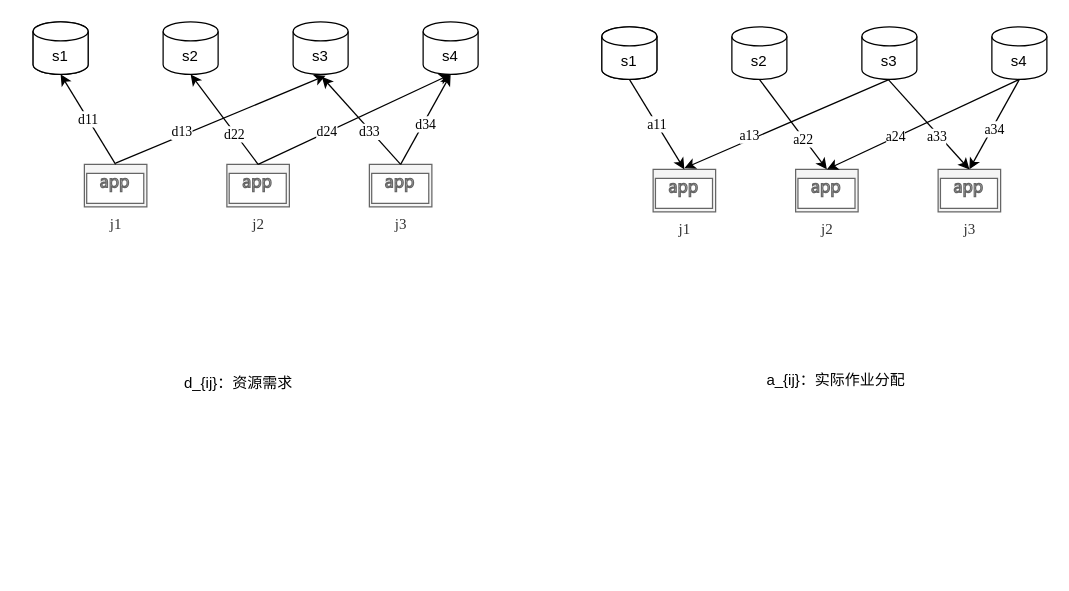
Above: page "max-min" (10 of 10) of DRL.drawio in zhangluting123/drawio (draw.io), before the change. Source tidied: cells renumbered, new cells numbered last; positions are measured from the earlier drawing's top-left corner, leaving out a move shared by most shapes. Both pictures are drawn from the tidied source at 125%, with x=0, y=0 at pixel (32, 21).
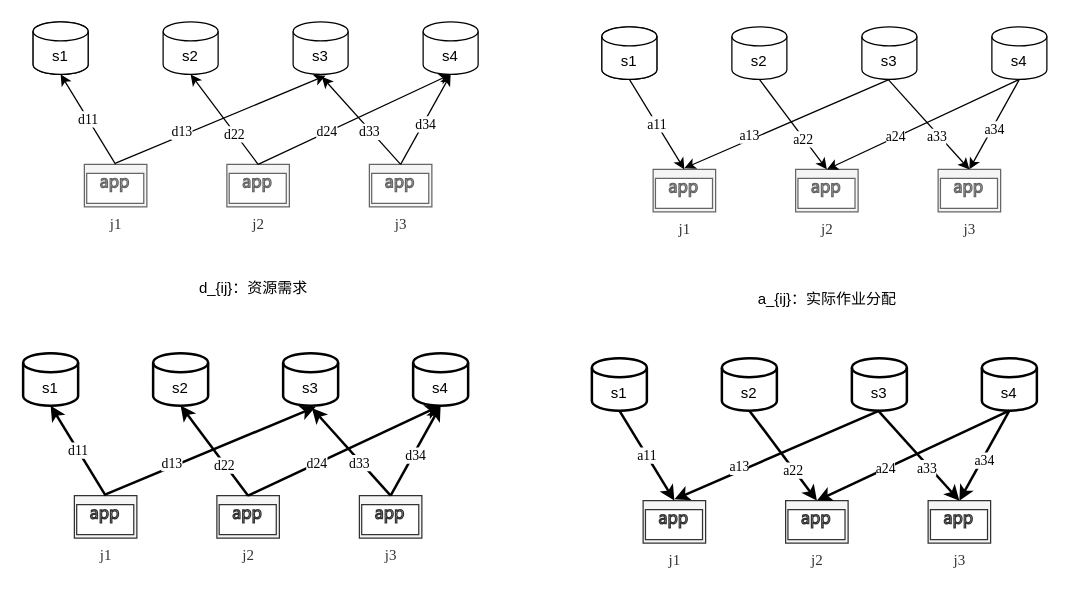
The same page after the edit.

What changed in the source:
```diff
@@
     <mxCell id="20" value="d_{ij}：资源需求" style="text;html=1;strokeColor=none;fillColor=none;align=center;verticalAlign=middle;whiteSpace=wrap;rounded=0;" parent="1" vertex="1">
-      <mxGeometry x="74" y="274" width="181" height="30" as="geometry" />
+      <mxGeometry x="86" y="198" width="181" height="30" as="geometry" />
     </mxCell>
     <mxCell id="21" value="a_{ij}：实际作业分配" style="text;html=1;strokeColor=none;fillColor=none;align=center;verticalAlign=middle;whiteSpace=wrap;rounded=0;" parent="1" vertex="1">
-      <mxGeometry x="552" y="272" width="181" height="30" as="geometry" />
+      <mxGeometry x="544.5" y="207" width="181" height="30" as="geometry" />
     </mxCell>
@@
+    <mxCell id="40" style="shape=cylinder3;whiteSpace=wrap;html=1;boundedLbl=1;backgroundOutline=1;size=7.641334533691406;" parent="1" vertex="1">
+      <mxGeometry x="-8" y="265" width="44" height="42" as="geometry" />
+    </mxCell>
+    <mxCell id="41" value="s1" style="shape=cylinder3;whiteSpace=wrap;html=1;boundedLbl=1;backgroundOutline=1;size=7.641334533691406;strokeWidth=2;" parent="1" vertex="1">
+      <mxGeometry x="-8" y="265" width="44" height="42" as="geometry" />
+    </mxCell>
+    <mxCell id="42" value="s2" style="shape=cylinder3;whiteSpace=wrap;html=1;boundedLbl=1;backgroundOutline=1;size=7.641334533691406;strokeWidth=2;" parent="1" vertex="1">
+      <mxGeometry x="96" y="265" width="44" height="42" as="geometry" />
+    </mxCell>
+    <mxCell id="43" value="s3" style="shape=cylinder3;whiteSpace=wrap;html=1;boundedLbl=1;backgroundOutline=1;size=7.641334533691406;strokeWidth=2;" parent="1" vertex="1">
+      <mxGeometry x="200" y="265" width="44" height="42" as="geometry" />
+    </mxCell>
+    <mxCell id="44" value="s4" style="shape=cylinder3;whiteSpace=wrap;html=1;boundedLbl=1;backgroundOutline=1;size=7.641334533691406;strokeWidth=2;" parent="1" vertex="1">
+      <mxGeometry x="304" y="265" width="44" height="42" as="geometry" />
+    </mxCell>
+    <mxCell id="45" value="j1" style="sketch=0;shadow=0;dashed=0;html=1;labelPosition=center;verticalLabelPosition=bottom;verticalAlign=top;align=center;shape=mxgraph.mscae.enterprise.application;fillColor=#f5f5f5;fontColor=#333333;strokeColor=#333333;fontFamily=Times New Roman;" parent="1" vertex="1">
+      <mxGeometry x="33" y="379" width="50" height="34" as="geometry" />
+    </mxCell>
+    <mxCell id="46" value="j2" style="sketch=0;shadow=0;dashed=0;html=1;labelPosition=center;verticalLabelPosition=bottom;verticalAlign=top;align=center;shape=mxgraph.mscae.enterprise.application;fillColor=#f5f5f5;fontColor=#333333;strokeColor=#333333;fontFamily=Times New Roman;" parent="1" vertex="1">
+      <mxGeometry x="147" y="379" width="50" height="34" as="geometry" />
+    </mxCell>
+    <mxCell id="47" value="j3" style="sketch=0;shadow=0;dashed=0;html=1;labelPosition=center;verticalLabelPosition=bottom;verticalAlign=top;align=center;shape=mxgraph.mscae.enterprise.application;fillColor=#f5f5f5;fontColor=#333333;strokeColor=#333333;fontFamily=Times New Roman;" parent="1" vertex="1">
+      <mxGeometry x="261" y="379" width="50" height="34" as="geometry" />
+    </mxCell>
+    <mxCell id="48" value="d11" style="endArrow=classic;html=1;rounded=0;entryX=0.5;entryY=1;entryDx=0;entryDy=0;entryPerimeter=0;exitX=0.5;exitY=0;exitDx=0;exitDy=0;exitPerimeter=0;fontFamily=Times New Roman;strokeWidth=2;" parent="1" edge="1" source="45" target="41">
+      <mxGeometry relative="1" as="geometry" />
+    </mxCell>
+    <mxCell id="49" style="endArrow=classic;html=1;rounded=0;entryX=0.5;entryY=1;entryDx=0;entryDy=0;entryPerimeter=0;exitX=0.5;exitY=0;exitDx=0;exitDy=0;exitPerimeter=0;strokeWidth=2;" parent="1" edge="1" source="46" target="42">
+      <mxGeometry relative="1" as="geometry" />
+    </mxCell>
+    <mxCell id="50" value="d22" style="edgeLabel;html=1;align=center;verticalAlign=middle;fontFamily=Times New Roman;" parent="49" vertex="1">
+      <mxGeometry x="-0.31" y="1" relative="1" as="geometry" />
+    </mxCell>
+    <mxCell id="51" style="endArrow=classic;html=1;rounded=0;fontFamily=Comic Sans MS;strokeWidth=2;" parent="1" edge="1">
+      <mxGeometry relative="1" as="geometry">
+        <mxPoint x="58" y="378" as="sourcePoint" />
+        <mxPoint x="226" y="308" as="targetPoint" />
+      </mxGeometry>
+    </mxCell>
+    <mxCell id="52" value="d13" style="edgeLabel;html=1;align=center;verticalAlign=middle;fontFamily=Times New Roman;" parent="51" vertex="1">
+      <mxGeometry x="-0.43" y="1" relative="1" as="geometry">
+        <mxPoint x="5" y="-5" as="offset" />
+      </mxGeometry>
+    </mxCell>
+    <mxCell id="53" style="endArrow=classic;html=1;rounded=0;entryX=0.5;entryY=1;entryDx=0;entryDy=0;entryPerimeter=0;exitX=0.5;exitY=0;exitDx=0;exitDy=0;exitPerimeter=0;strokeWidth=2;" parent="1" edge="1" source="46" target="44">
+      <mxGeometry relative="1" as="geometry" />
+    </mxCell>
+    <mxCell id="54" value="d24" style="edgeLabel;html=1;align=center;verticalAlign=middle;fontFamily=Times New Roman;" parent="53" vertex="1">
+      <mxGeometry x="-0.37" y="2" relative="1" as="geometry">
+        <mxPoint x="6" y="-2" as="offset" />
+      </mxGeometry>
+    </mxCell>
+    <mxCell id="55" style="endArrow=classic;html=1;rounded=0;exitX=0.5;exitY=0;exitDx=0;exitDy=0;exitPerimeter=0;strokeWidth=2;" parent="1" edge="1" source="47">
+      <mxGeometry relative="1" as="geometry">
+        <mxPoint x="223" y="309" as="targetPoint" />
+      </mxGeometry>
+    </mxCell>
+    <mxCell id="56" value="d33" style="edgeLabel;html=1;align=center;verticalAlign=middle;fontFamily=Times New Roman;" parent="55" vertex="1">
+      <mxGeometry x="-0.23" y="1" relative="1" as="geometry">
+        <mxPoint x="-1" as="offset" />
+      </mxGeometry>
+    </mxCell>
+    <mxCell id="57" value="d34" style="endArrow=classic;html=1;rounded=0;entryX=0.5;entryY=1;entryDx=0;entryDy=0;entryPerimeter=0;exitX=0.5;exitY=0;exitDx=0;exitDy=0;exitPerimeter=0;fontFamily=Times New Roman;strokeWidth=2;" parent="1" edge="1" source="47" target="44">
+      <mxGeometry x="-0.08" y="-2" relative="1" as="geometry" />
+    </mxCell>
+    <mxCell id="58" style="shape=cylinder3;whiteSpace=wrap;html=1;boundedLbl=1;backgroundOutline=1;size=7.641334533691406;" parent="1" vertex="1">
+      <mxGeometry x="447" y="269" width="44" height="42" as="geometry" />
+    </mxCell>
+    <mxCell id="59" value="s1" style="shape=cylinder3;whiteSpace=wrap;html=1;boundedLbl=1;backgroundOutline=1;size=7.641334533691406;strokeWidth=2;" parent="1" vertex="1">
+      <mxGeometry x="447" y="269" width="44" height="42" as="geometry" />
+    </mxCell>
+    <mxCell id="60" value="s2" style="shape=cylinder3;whiteSpace=wrap;html=1;boundedLbl=1;backgroundOutline=1;size=7.641334533691406;strokeWidth=2;" parent="1" vertex="1">
+      <mxGeometry x="551" y="269" width="44" height="42" as="geometry" />
+    </mxCell>
+    <mxCell id="61" value="s3" style="shape=cylinder3;whiteSpace=wrap;html=1;boundedLbl=1;backgroundOutline=1;size=7.641334533691406;strokeWidth=2;" parent="1" vertex="1">
+      <mxGeometry x="655" y="269" width="44" height="42" as="geometry" />
+    </mxCell>
+    <mxCell id="62" value="s4" style="shape=cylinder3;whiteSpace=wrap;html=1;boundedLbl=1;backgroundOutline=1;size=7.641334533691406;strokeWidth=2;" parent="1" vertex="1">
+      <mxGeometry x="759" y="269" width="44" height="42" as="geometry" />
+    </mxCell>
+    <mxCell id="63" value="j1" style="sketch=0;shadow=0;dashed=0;html=1;labelPosition=center;verticalLabelPosition=bottom;verticalAlign=top;align=center;shape=mxgraph.mscae.enterprise.application;fillColor=#f5f5f5;fontColor=#333333;strokeColor=#333333;fontFamily=Times New Roman;" parent="1" vertex="1">
+      <mxGeometry x="488" y="383" width="50" height="34" as="geometry" />
+    </mxCell>
+    <mxCell id="64" value="j2" style="sketch=0;shadow=0;dashed=0;html=1;labelPosition=center;verticalLabelPosition=bottom;verticalAlign=top;align=center;shape=mxgraph.mscae.enterprise.application;fillColor=#f5f5f5;fontColor=#333333;strokeColor=#333333;fontFamily=Times New Roman;" parent="1" vertex="1">
+      <mxGeometry x="602" y="383" width="50" height="34" as="geometry" />
+    </mxCell>
+    <mxCell id="65" value="j3" style="sketch=0;shadow=0;dashed=0;html=1;labelPosition=center;verticalLabelPosition=bottom;verticalAlign=top;align=center;shape=mxgraph.mscae.enterprise.application;fillColor=#f5f5f5;fontColor=#333333;strokeColor=#333333;fontFamily=Times New Roman;" parent="1" vertex="1">
+      <mxGeometry x="716" y="383" width="50" height="34" as="geometry" />
+    </mxCell>
+    <mxCell id="66" value="a11" style="endArrow=none;html=1;rounded=0;exitX=0.5;exitY=0;exitDx=0;exitDy=0;exitPerimeter=0;endFill=0;startArrow=classic;startFill=1;fontFamily=Times New Roman;entryX=0.5;entryY=1;entryDx=0;entryDy=0;entryPerimeter=0;strokeWidth=2;" parent="1" edge="1" source="63" target="59">
+      <mxGeometry relative="1" as="geometry" />
+    </mxCell>
+    <mxCell id="67" style="endArrow=none;html=1;rounded=0;entryX=0.5;entryY=1;entryDx=0;entryDy=0;entryPerimeter=0;exitX=0.5;exitY=0;exitDx=0;exitDy=0;exitPerimeter=0;startArrow=classic;startFill=1;endFill=0;strokeWidth=2;" parent="1" edge="1" source="64" target="60">
+      <mxGeometry relative="1" as="geometry" />
+    </mxCell>
+    <mxCell id="68" value="a22" style="edgeLabel;html=1;align=center;verticalAlign=middle;fontFamily=Times New Roman;" parent="67" vertex="1">
+      <mxGeometry x="-0.31" y="1" relative="1" as="geometry" />
+    </mxCell>
+    <mxCell id="69" style="endArrow=none;html=1;rounded=0;startArrow=classic;startFill=1;endFill=0;fontFamily=Times New Roman;entryX=0.5;entryY=1;entryDx=0;entryDy=0;entryPerimeter=0;strokeWidth=2;" parent="1" edge="1" target="61">
+      <mxGeometry relative="1" as="geometry">
+        <mxPoint x="513" y="382" as="sourcePoint" />
+      </mxGeometry>
+    </mxCell>
+    <mxCell id="70" value="a13" style="edgeLabel;html=1;align=center;verticalAlign=middle;fontFamily=Times New Roman;" parent="69" vertex="1">
+      <mxGeometry x="-0.43" y="1" relative="1" as="geometry">
+        <mxPoint x="5" y="-5" as="offset" />
+      </mxGeometry>
+    </mxCell>
+    <mxCell id="71" style="endArrow=none;html=1;rounded=0;entryX=0.5;entryY=1;entryDx=0;entryDy=0;entryPerimeter=0;exitX=0.5;exitY=0;exitDx=0;exitDy=0;exitPerimeter=0;startArrow=classic;startFill=1;endFill=0;strokeWidth=2;" parent="1" edge="1" source="64" target="62">
+      <mxGeometry relative="1" as="geometry" />
+    </mxCell>
+    <mxCell id="72" value="a24" style="edgeLabel;html=1;align=center;verticalAlign=middle;fontFamily=Times New Roman;" parent="71" vertex="1">
+      <mxGeometry x="-0.37" y="2" relative="1" as="geometry">
+        <mxPoint x="6" y="-2" as="offset" />
+      </mxGeometry>
+    </mxCell>
+    <mxCell id="73" style="endArrow=none;html=1;rounded=0;exitX=0.5;exitY=0;exitDx=0;exitDy=0;exitPerimeter=0;startArrow=classic;startFill=1;endFill=0;strokeWidth=2;" parent="1" edge="1" source="65">
+      <mxGeometry relative="1" as="geometry">
+        <mxPoint x="676" y="311" as="targetPoint" />
+      </mxGeometry>
+    </mxCell>
+    <mxCell id="74" value="a33" style="edgeLabel;html=1;align=center;verticalAlign=middle;fontFamily=Times New Roman;" parent="73" vertex="1">
+      <mxGeometry x="-0.23" y="1" relative="1" as="geometry">
+        <mxPoint x="-1" as="offset" />
+      </mxGeometry>
+    </mxCell>
+    <mxCell id="75" value="a34" style="endArrow=none;html=1;rounded=0;entryX=0.5;entryY=1;entryDx=0;entryDy=0;entryPerimeter=0;exitX=0.5;exitY=0;exitDx=0;exitDy=0;exitPerimeter=0;startArrow=classic;startFill=1;endFill=0;fontFamily=Times New Roman;strokeWidth=2;" parent="1" edge="1" source="65" target="62">
+      <mxGeometry x="-0.08" y="-2" relative="1" as="geometry" />
+    </mxCell>
```
